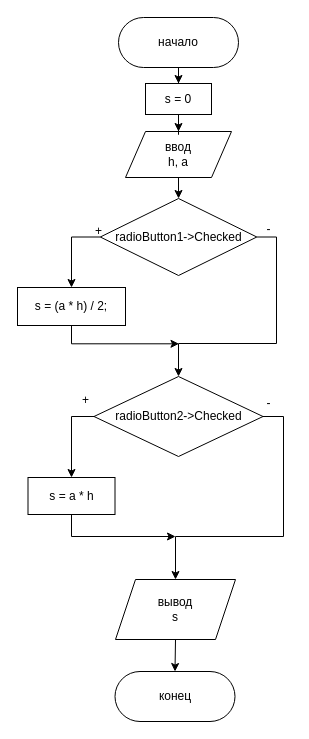
Above: LR30/Диаграмма без названия.drawio in SofiyK/OAIP (draw.io), before the change. Source tidied: cells renumbered, new cells numbered last; positions are measured from the earlier drawing's top-left corner, leaving out a move shared by most shapes. Both pictures are drawn from the tidied source at 100%, with x=0, y=0 at pixel (17, 17).
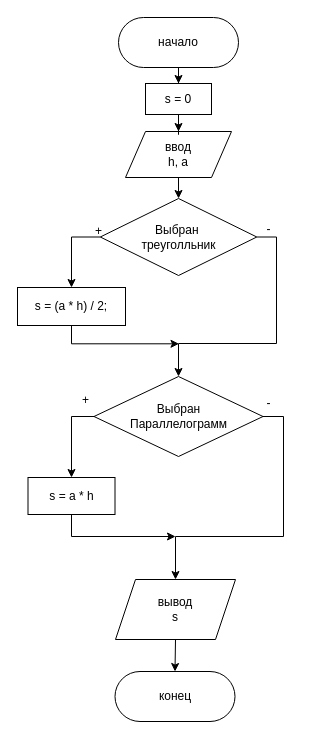
The same diagram, later.

Diff of the diagram source:
```diff
@@
-    <mxCell id="10" value="radioButton1-&amp;gt;Checked" style="rhombus;whiteSpace=wrap;html=1;" parent="1" vertex="1">
+    <mxCell id="10" value="Выбран&amp;nbsp;&lt;div&gt;треуголльник&lt;/div&gt;" style="rhombus;whiteSpace=wrap;html=1;" parent="1" vertex="1">
       <mxGeometry x="82.8" y="181" width="156.5" height="77" as="geometry" />
     </mxCell>
@@
-    <mxCell id="15" value="radioButton2-&amp;gt;Checked" style="rhombus;whiteSpace=wrap;html=1;" parent="1" vertex="1">
+    <mxCell id="15" value="Выбран&lt;div&gt;Параллелограмм&lt;/div&gt;" style="rhombus;whiteSpace=wrap;html=1;" parent="1" vertex="1">
       <mxGeometry x="76.5" y="359" width="169" height="80" as="geometry" />
     </mxCell>
```
